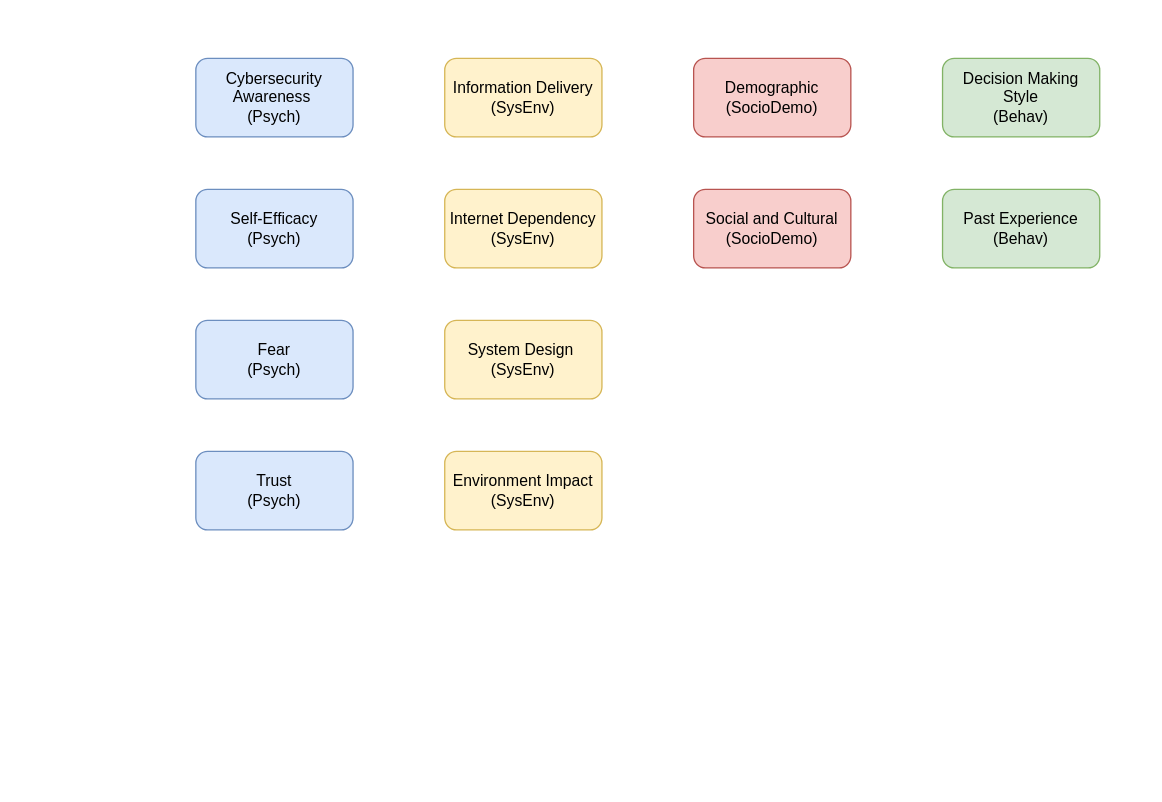
The draw.io diagram Diagrams/Codebook.drawio in HooradAboo/I-CLAIM, before the edit. Source tidied: cells renumbered, new cells numbered last; positions are measured from the earlier drawing's top-left corner, leaving out a move shared by most shapes. Both pictures are drawn from the tidied source at 131%, with x=0, y=0 at pixel (195, 58).
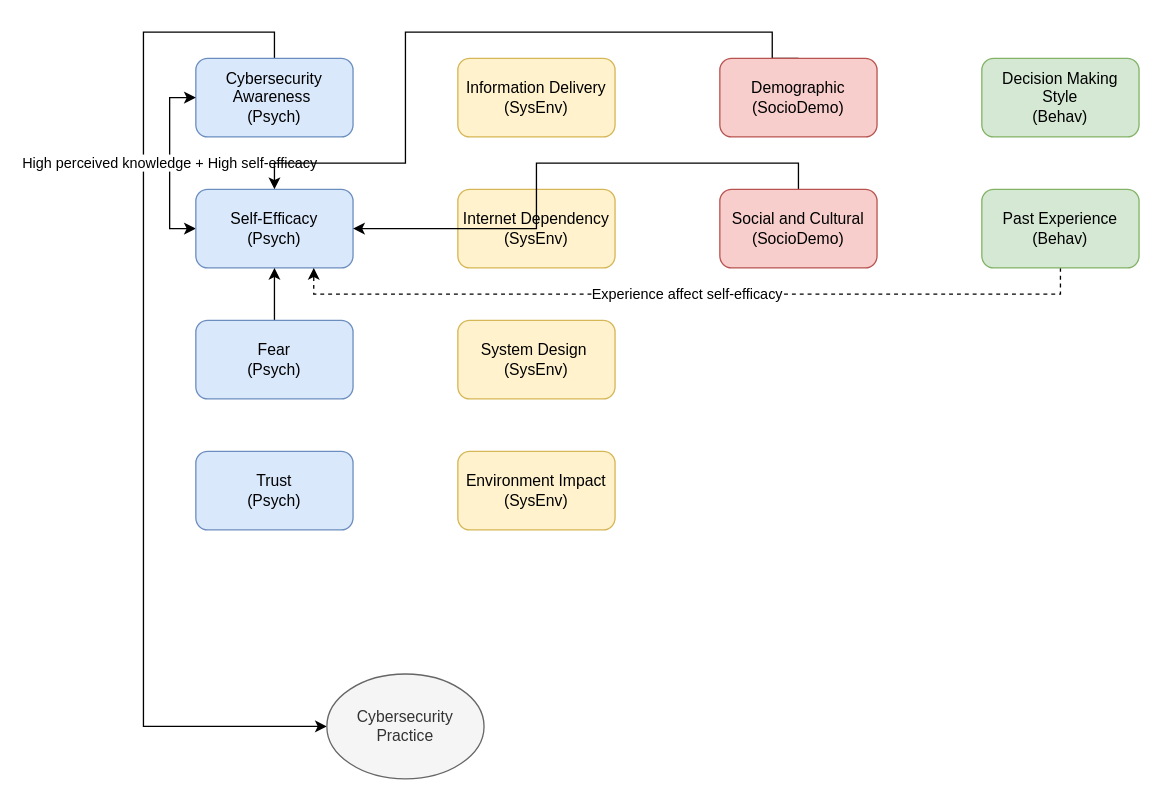
After the change.

Unchanged cells that the change refers to:
```xml
<mxCell id="2" value="Cybersecurity Awareness&amp;nbsp;&lt;br&gt;(Psych)" style="rounded=1;whiteSpace=wrap;html=1;fillColor=#dae8fc;strokeColor=#6c8ebf;" parent="1" vertex="1">
  <mxGeometry width="120" height="60" as="geometry" />
</mxCell>
<mxCell id="3" value="Self-Efficacy&lt;br&gt;(Psych)" style="rounded=1;whiteSpace=wrap;html=1;fillColor=#dae8fc;strokeColor=#6c8ebf;" parent="1" vertex="1">
  <mxGeometry y="100" width="120" height="60" as="geometry" />
</mxCell>
<mxCell id="4" value="Fear&lt;br&gt;(Psych)" style="rounded=1;whiteSpace=wrap;html=1;fillColor=#dae8fc;strokeColor=#6c8ebf;" parent="1" vertex="1">
  <mxGeometry y="200" width="120" height="60" as="geometry" />
</mxCell>
```

The edit, as a diff of the source:
```diff
@@
+    <mxCell id="14" style="edgeStyle=orthogonalEdgeStyle;rounded=0;jettySize=auto;html=1;exitX=0.5;exitY=0;exitDx=0;exitDy=0;entryX=0;entryY=0.5;entryDx=0;entryDy=0;" parent="1" edge="1" source="2" target="20">
+      <mxGeometry relative="1" as="geometry">
+        <Array as="points">
+          <mxPoint x="60" y="-20" />
+          <mxPoint x="-40" y="-20" />
+          <mxPoint x="-40" y="510" />
+        </Array>
+      </mxGeometry>
+    </mxCell>
@@
+    <mxCell id="15" value="High perceived knowledge + High self-efficacy" style="edgeStyle=orthogonalEdgeStyle;rounded=0;jettySize=auto;html=1;exitX=0;exitY=0.5;exitDx=0;exitDy=0;entryX=0;entryY=0.5;entryDx=0;entryDy=0;startArrow=classic;startFill=1;" parent="1" edge="1" source="3" target="2">
+      <mxGeometry relative="1" as="geometry" />
+    </mxCell>
@@
+    <mxCell id="16" style="edgeStyle=orthogonalEdgeStyle;rounded=0;jettySize=auto;html=1;exitX=0.5;exitY=0;exitDx=0;exitDy=0;entryX=0.5;entryY=1;entryDx=0;entryDy=0;" parent="1" edge="1" source="4" target="3">
+      <mxGeometry relative="1" as="geometry" />
+    </mxCell>
@@
     <mxCell id="6" value="Information Delivery&lt;br&gt;(SysEnv)" style="rounded=1;whiteSpace=wrap;html=1;fillColor=#fff2cc;strokeColor=#d6b656;" parent="1" vertex="1">
-      <mxGeometry x="190" width="120" height="60" as="geometry" />
+      <mxGeometry x="200" width="120" height="60" as="geometry" />
     </mxCell>
     <mxCell id="7" value="Internet Dependency&lt;br&gt;(SysEnv)" style="rounded=1;whiteSpace=wrap;html=1;fillColor=#fff2cc;strokeColor=#d6b656;" parent="1" vertex="1">
-      <mxGeometry x="190" y="100" width="120" height="60" as="geometry" />
+      <mxGeometry x="200" y="100" width="120" height="60" as="geometry" />
     </mxCell>
     <mxCell id="8" value="System Design&lt;span style=&quot;background-color: transparent; color: light-dark(rgb(0, 0, 0), rgb(255, 255, 255));&quot;&gt;&amp;nbsp;&lt;/span&gt;&lt;div&gt;(SysEnv)&lt;/div&gt;" style="rounded=1;whiteSpace=wrap;html=1;fillColor=#fff2cc;strokeColor=#d6b656;" parent="1" vertex="1">
-      <mxGeometry x="190" y="200" width="120" height="60" as="geometry" />
+      <mxGeometry x="200" y="200" width="120" height="60" as="geometry" />
     </mxCell>
     <mxCell id="9" value="&lt;div&gt;Environment Impact&lt;br&gt;(SysEnv)&lt;/div&gt;" style="rounded=1;whiteSpace=wrap;html=1;fillColor=#fff2cc;strokeColor=#d6b656;" parent="1" vertex="1">
-      <mxGeometry x="190" y="300" width="120" height="60" as="geometry" />
+      <mxGeometry x="200" y="300" width="120" height="60" as="geometry" />
     </mxCell>
+    <mxCell id="17" style="edgeStyle=orthogonalEdgeStyle;rounded=0;jettySize=auto;html=1;exitX=0.5;exitY=0;exitDx=0;exitDy=0;entryX=0.5;entryY=0;entryDx=0;entryDy=0;" parent="1" edge="1" source="10" target="3">
+      <mxGeometry relative="1" as="geometry">
+        <Array as="points">
+          <mxPoint x="440" />
+          <mxPoint x="440" y="-20" />
+          <mxPoint x="160" y="-20" />
+          <mxPoint x="160" y="80" />
+          <mxPoint x="60" y="80" />
+        </Array>
+      </mxGeometry>
+    </mxCell>
     <mxCell id="10" value="Demographic&lt;br&gt;(SocioDemo)" style="rounded=1;whiteSpace=wrap;html=1;fillColor=#f8cecc;strokeColor=#b85450;" parent="1" vertex="1">
-      <mxGeometry x="380" width="120" height="60" as="geometry" />
+      <mxGeometry x="400" width="120" height="60" as="geometry" />
     </mxCell>
+    <mxCell id="18" style="edgeStyle=orthogonalEdgeStyle;rounded=0;jettySize=auto;html=1;exitX=0.5;exitY=0;exitDx=0;exitDy=0;entryX=1;entryY=0.5;entryDx=0;entryDy=0;" parent="1" edge="1" source="11" target="3">
+      <mxGeometry relative="1" as="geometry" />
+    </mxCell>
     <mxCell id="11" value="Social and Cultural&lt;br&gt;(SocioDemo)" style="rounded=1;whiteSpace=wrap;html=1;fillColor=#f8cecc;strokeColor=#b85450;" parent="1" vertex="1">
-      <mxGeometry x="380" y="100" width="120" height="60" as="geometry" />
+      <mxGeometry x="400" y="100" width="120" height="60" as="geometry" />
     </mxCell>
     <mxCell id="12" value="Decision Making Style&lt;br&gt;(Behav)" style="rounded=1;whiteSpace=wrap;html=1;fillColor=#d5e8d4;strokeColor=#82b366;" parent="1" vertex="1">
-      <mxGeometry x="570" width="120" height="60" as="geometry" />
+      <mxGeometry x="600" width="120" height="60" as="geometry" />
     </mxCell>
+    <mxCell id="19" value="Experience affect self-efficacy" style="edgeStyle=orthogonalEdgeStyle;rounded=0;jettySize=auto;html=1;exitX=0.5;exitY=1;exitDx=0;exitDy=0;entryX=0.75;entryY=1;entryDx=0;entryDy=0;dashed=1;" parent="1" edge="1" source="13" target="3">
+      <mxGeometry relative="1" as="geometry" />
+    </mxCell>
     <mxCell id="13" value="Past Experience&lt;br&gt;(Behav)" style="rounded=1;whiteSpace=wrap;html=1;fillColor=#d5e8d4;strokeColor=#82b366;" parent="1" vertex="1">
-      <mxGeometry x="570" y="100" width="120" height="60" as="geometry" />
+      <mxGeometry x="600" y="100" width="120" height="60" as="geometry" />
     </mxCell>
+    <mxCell id="20" value="Cybersecurity Practice" style="ellipse;whiteSpace=wrap;html=1;fillColor=#f5f5f5;fontColor=#333333;strokeColor=#666666;" parent="1" vertex="1">
+      <mxGeometry x="100" y="470" width="120" height="80" as="geometry" />
+    </mxCell>
```
